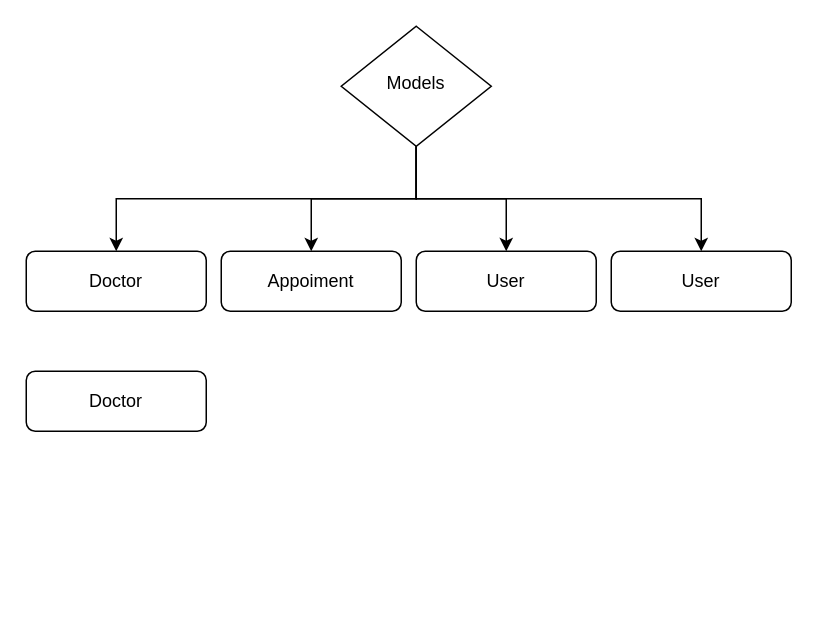
This is Diagrama sin título.drawio from herva99/herva99, a draw.io file, before an edit. Source tidied: cells renumbered, new cells numbered last; positions are measured from the earlier drawing's top-left corner, leaving out a move shared by most shapes. Both pictures are drawn from the tidied source at 150%, with x=0, y=0 at pixel (26, 26).
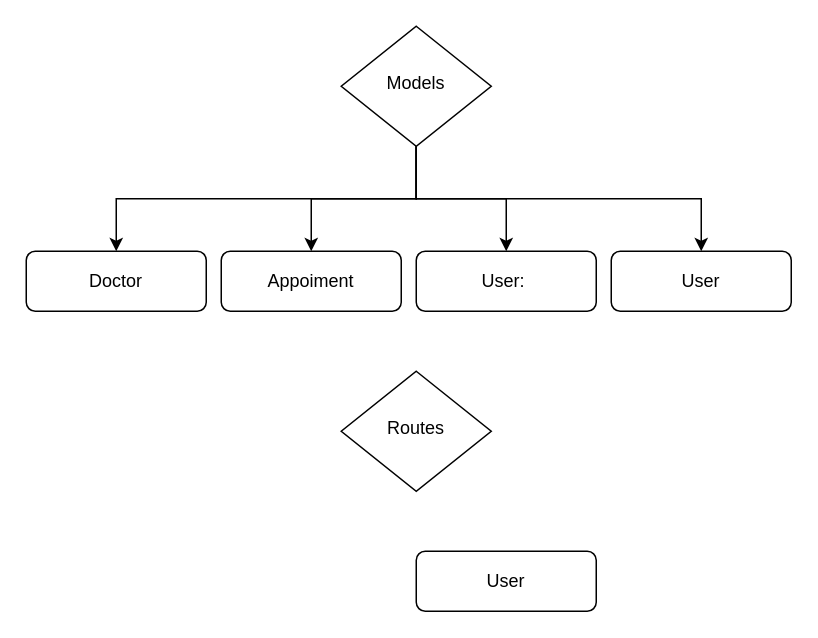
Above is the later version.

What changed in the source:
```diff
@@
 <mxGraphModel>
   <root>
     <mxCell id="0" />
     <mxCell id="1" parent="0" />
     <mxCell id="2" value="Appoiment" style="rounded=1;whiteSpace=wrap;html=1;fontSize=12;glass=0;strokeWidth=1;shadow=0;" parent="1" vertex="1">
       <mxGeometry x="130" y="150" width="120" height="40" as="geometry" />
     </mxCell>
     <mxCell id="3" style="edgeStyle=orthogonalEdgeStyle;rounded=0;jettySize=auto;html=1;entryX=0.5;entryY=0;entryDx=0;entryDy=0;" parent="1" edge="1" source="6" target="2">
       <mxGeometry relative="1" as="geometry" />
     </mxCell>
     <mxCell id="4" style="edgeStyle=orthogonalEdgeStyle;rounded=0;jettySize=auto;html=1;" parent="1" edge="1" source="6" target="8">
       <mxGeometry relative="1" as="geometry" />
     </mxCell>
     <mxCell id="5" style="edgeStyle=orthogonalEdgeStyle;rounded=0;jettySize=auto;html=1;" parent="1" edge="1" source="6" target="9">
       <mxGeometry relative="1" as="geometry">
         <Array as="points">
           <mxPoint x="260" y="115" />
           <mxPoint x="450" y="115" />
         </Array>
       </mxGeometry>
     </mxCell>
     <mxCell id="6" value="Models" style="rhombus;whiteSpace=wrap;html=1;shadow=0;fontFamily=Helvetica;fontSize=12;align=center;strokeWidth=1;spacing=6;spacingTop=-4;" parent="1" vertex="1">
       <mxGeometry x="210" width="100" height="80" as="geometry" />
     </mxCell>
     <mxCell id="7" value="Doctor" style="rounded=1;whiteSpace=wrap;html=1;fontSize=12;glass=0;strokeWidth=1;shadow=0;" parent="1" vertex="1">
       <mxGeometry y="150" width="120" height="40" as="geometry" />
     </mxCell>
-    <mxCell id="8" value="User" style="rounded=1;whiteSpace=wrap;html=1;fontSize=12;glass=0;strokeWidth=1;shadow=0;" parent="1" vertex="1">
+    <mxCell id="8" value="User:&amp;nbsp;" style="rounded=1;whiteSpace=wrap;html=1;fontSize=12;glass=0;strokeWidth=1;shadow=0;" parent="1" vertex="1">
       <mxGeometry x="260" y="150" width="120" height="40" as="geometry" />
     </mxCell>
     <mxCell id="9" value="User" style="rounded=1;whiteSpace=wrap;html=1;fontSize=12;glass=0;strokeWidth=1;shadow=0;" parent="1" vertex="1">
       <mxGeometry x="390" y="150" width="120" height="40" as="geometry" />
     </mxCell>
     <mxCell id="10" style="edgeStyle=orthogonalEdgeStyle;rounded=0;jettySize=auto;html=1;" parent="1" edge="1" source="6" target="7">
       <mxGeometry relative="1" as="geometry">
         <Array as="points">
           <mxPoint x="260" y="115" />
           <mxPoint x="60" y="115" />
         </Array>
       </mxGeometry>
     </mxCell>
-    <mxCell id="11" value="Doctor" style="rounded=1;whiteSpace=wrap;html=1;fontSize=12;glass=0;strokeWidth=1;shadow=0;" parent="1" vertex="1">
-      <mxGeometry y="230" width="120" height="40" as="geometry" />
-    </mxCell>
+    <mxCell id="12" value="Routes" style="rhombus;whiteSpace=wrap;html=1;shadow=0;fontFamily=Helvetica;fontSize=12;align=center;strokeWidth=1;spacing=6;spacingTop=-4;" parent="1" vertex="1">
+      <mxGeometry x="210" y="230" width="100" height="80" as="geometry" />
+    </mxCell>
+    <mxCell id="13" value="User" style="rounded=1;whiteSpace=wrap;html=1;fontSize=12;glass=0;strokeWidth=1;shadow=0;" parent="1" vertex="1">
+      <mxGeometry x="260" y="350" width="120" height="40" as="geometry" />
+    </mxCell>
   </root>
 </mxGraphModel>
```
